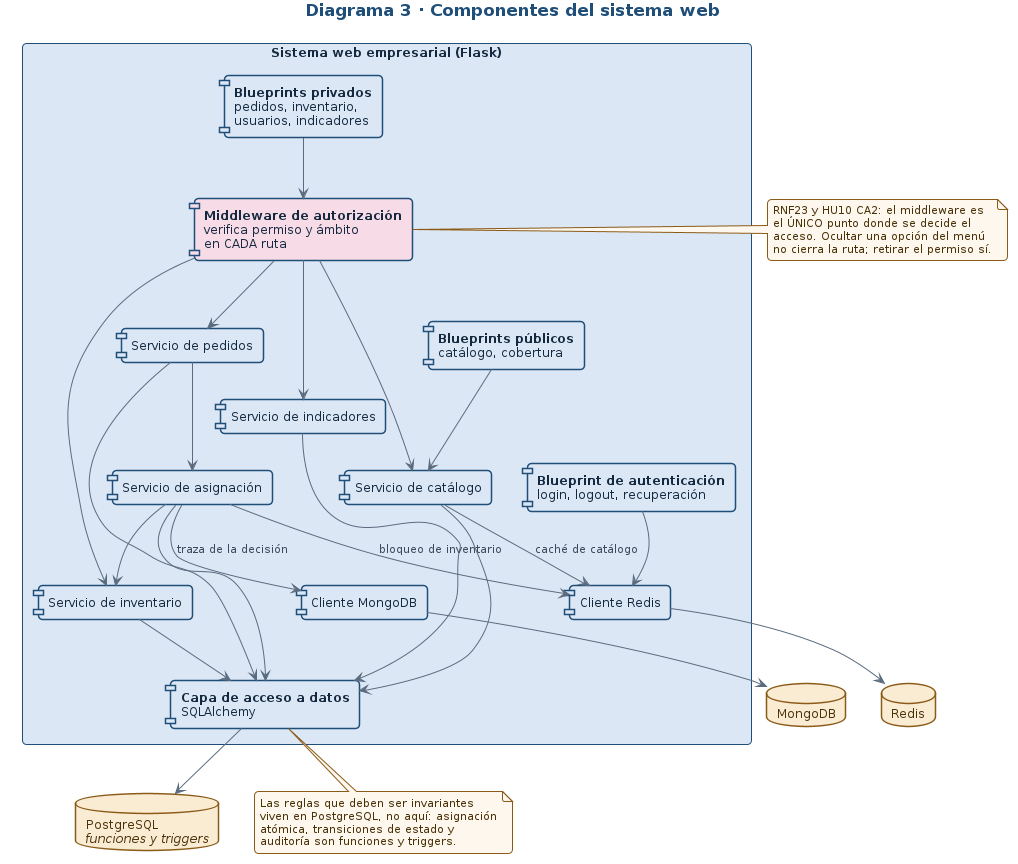
Above: bloque_d/diagramas/03_componentes.png in mauro-castp/proyecto-integracion (PlantUML), before the change. Its source is kept beside it as bloque_d/fuentes/03_componentes.puml.
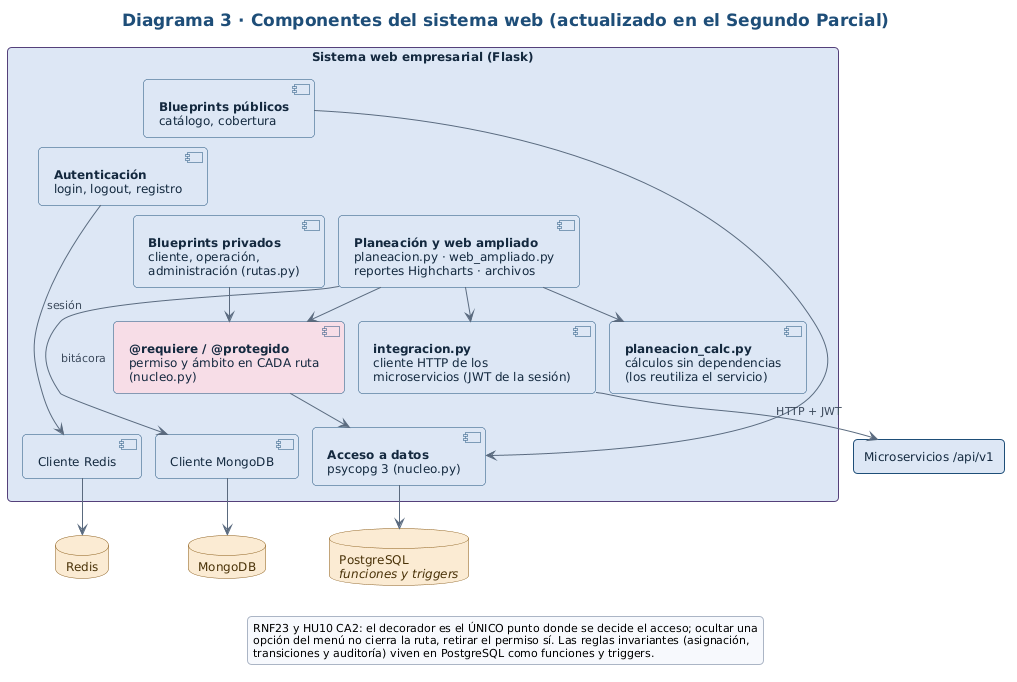
The same diagram one commit later.

What changed in the source:
```diff
@@ -1,63 +1,53 @@
 @startuml
 !include tema.iuml
-title Diagrama 3 · Componentes del sistema web
+skinparam nodesep 14
+skinparam ranksep 20
+title Diagrama 3 · Componentes del sistema web (actualizado en el Segundo Parcial)
 
 rectangle "Sistema web empresarial (Flask)" {
   component "**Blueprints públicos**\ncatálogo, cobertura" as PUB
-  component "**Blueprint de autenticación**\nlogin, logout, recuperación" as AUTH
-  component "**Blueprints privados**\npedidos, inventario,\nusuarios, indicadores" as PRIV
+  component "**Autenticación**\nlogin, logout, registro" as AUTH
+  component "**Blueprints privados**\ncliente, operación,\nadministración (rutas.py)" as PRIV
+  component "**Planeación y web ampliado**\nplaneacion.py · web_ampliado.py\nreportes Highcharts · archivos" as AMP
 
-  component "**Middleware de autorización**\nverifica permiso y ámbito\nen CADA ruta" as MW #F7DCE7
+  component "**@requiere / @protegido**\npermiso y ámbito en CADA ruta\n(nucleo.py)" as MW #F7DCE7
 
-  component "Servicio de pedidos" as SPED
-  component "Servicio de asignación" as SASI
-  component "Servicio de inventario" as SINV
-  component "Servicio de catálogo" as SCAT
-  component "Servicio de indicadores" as SIND
+  component "**integracion.py**\ncliente HTTP de los\nmicroservicios (JWT de la sesión)" as INT
+  component "**planeacion_calc.py**\ncálculos sin dependencias\n(los reutiliza el servicio)" as CALC
 
-  component "**Capa de acceso a datos**\nSQLAlchemy" as DAL
+  component "**Acceso a datos**\npsycopg 3 (nucleo.py)" as DAL
   component "Cliente Redis" as CRD
   component "Cliente MongoDB" as CMG
 }
 
+rectangle "Microservicios /api/v1" as MS
 database "PostgreSQL\n//funciones y triggers//" as PG
 database "Redis" as RD
 database "MongoDB" as MG
 
-PUB --> SCAT
-AUTH --> CRD
+PUB -[hidden]right- AUTH
+PRIV -[hidden]right- AMP
+PUB -[hidden]down- PRIV
+INT -[hidden]right- CALC
+DAL -[hidden]right- CRD
+CRD -[hidden]right- CMG
+
+PUB --> DAL
+AUTH --> CRD : sesión
 PRIV --> MW
-MW --> SPED
-MW --> SINV
-MW --> SIND
-MW --> SCAT
-
-SPED --> SASI
-SASI --> SINV
-SPED --> DAL
-SASI --> DAL
-SINV --> DAL
-SCAT --> DAL
-SIND --> DAL
-
-SASI --> CRD : bloqueo de inventario
-SCAT --> CRD : caché de catálogo
-SASI --> CMG : traza de la decisión
+AMP --> MW
+MW --> DAL
+AMP --> CALC
+AMP --> INT
+INT --> MS : HTTP + JWT
+AMP --> CMG : bitácora
 DAL --> PG
 CRD --> RD
 CMG --> MG
 
-note right of MW
-  RNF23 y HU10 CA2: el middleware es
-  el ÚNICO punto donde se decide el
-  acceso. Ocultar una opción del menú
-  no cierra la ruta; retirar el permiso sí.
-end note
-
-note bottom of DAL
-  Las reglas que deben ser invariantes
-  viven en PostgreSQL, no aquí: asignación
-  atómica, transiciones de estado y
-  auditoría son funciones y triggers.
-end note
+legend bottom
+  RNF23 y HU10 CA2: el decorador es el ÚNICO punto donde se decide el acceso; ocultar una
+  opción del menú no cierra la ruta, retirar el permiso sí. Las reglas invariantes (asignación,
+  transiciones y auditoría) viven en PostgreSQL como funciones y triggers.
+endlegend
 @enduml
```
